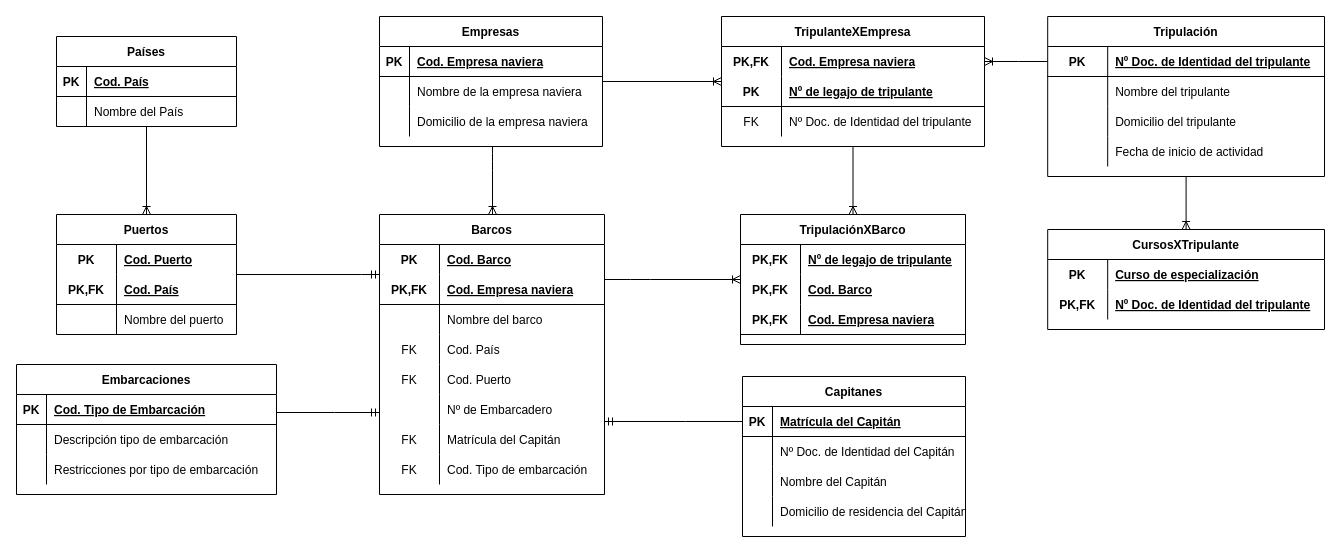
The draw.io diagram TPI_Barcos/DER_Puyelli.drawio in FedericoRocca/DyADDBB_1erCuatrimestre_2021, before the edit. Source tidied: cells renumbered, new cells numbered last; positions are measured from the earlier drawing's top-left corner, leaving out a move shared by most shapes. Both pictures are drawn from the tidied source at 100%, with x=0, y=0 at pixel (16, 16).
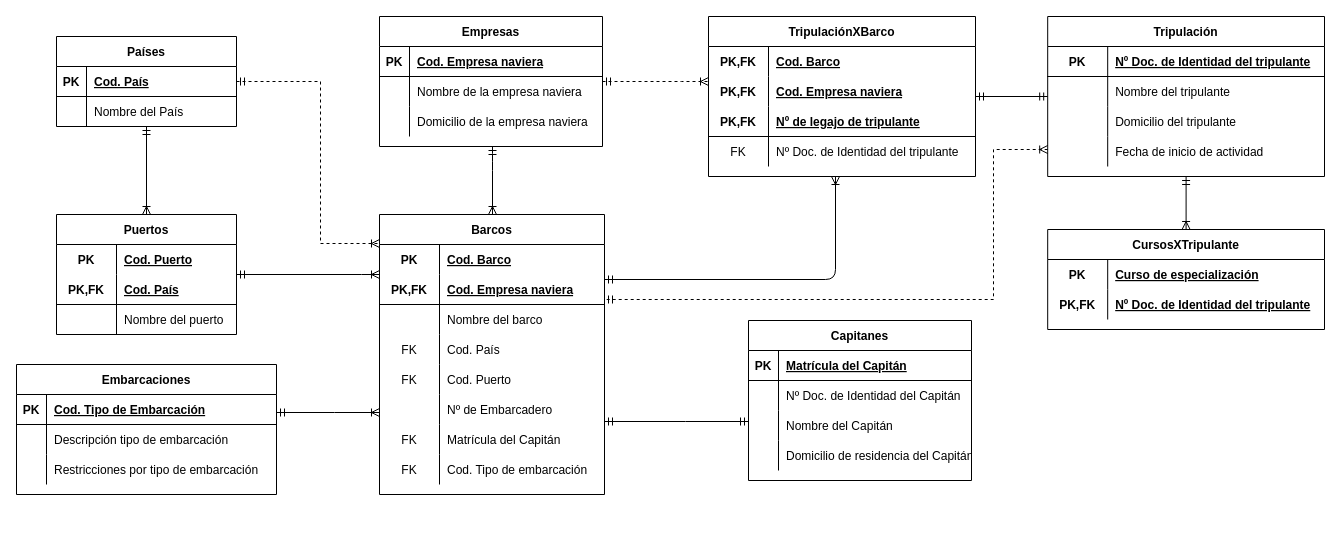
After the change.

Unchanged cells that the change refers to:
```xml
<mxCell id="2" value="Países" style="shape=table;startSize=30;childLayout=tableLayout;rowLines=0;fontStyle=1;align=center;" parent="1" vertex="1">
  <mxGeometry x="40" y="20" width="180" height="90" as="geometry" />
</mxCell>
<mxCell id="10" value="Puertos" style="shape=table;startSize=30;childLayout=tableLayout;rowLines=0;fontStyle=1;align=center;" parent="1" vertex="1">
  <mxGeometry x="40" y="198" width="180" height="120" as="geometry" />
</mxCell>
<mxCell id="21" value="Embarcaciones" style="shape=table;startSize=30;childLayout=tableLayout;rowLines=0;fontStyle=1;align=center;" parent="1" vertex="1">
  <mxGeometry y="348" width="260" height="130" as="geometry" />
</mxCell>
<mxCell id="31" value="Barcos" style="shape=table;startSize=30;childLayout=tableLayout;rowLines=0;fontStyle=1;align=center;" parent="1" vertex="1">
  <mxGeometry x="363" y="198" width="225" height="280" as="geometry" />
</mxCell>
<mxCell id="57" value="Empresas" style="shape=table;startSize=30;childLayout=tableLayout;rowLines=0;fontStyle=1;align=center;" parent="1" vertex="1">
  <mxGeometry x="363" width="223" height="130" as="geometry" />
</mxCell>
<mxCell id="77" value="CursosXTripulante" style="shape=table;startSize=30;childLayout=tableLayout;rowLines=0;fontStyle=1;align=center;" parent="1" vertex="1">
  <mxGeometry x="1031.2" y="213" width="276.8" height="100" as="geometry" />
</mxCell>
<mxCell id="86" value="Tripulación" style="shape=table;startSize=30;childLayout=tableLayout;rowLines=0;fontStyle=1;align=center;" parent="1" vertex="1">
  <mxGeometry x="1031.2" width="276.8" height="160" as="geometry" />
</mxCell>
```

What changed in the source:
```diff
@@
+    <mxCell id="127" style="edgeStyle=orthogonalEdgeStyle;rounded=0;jettySize=auto;html=1;startArrow=ERmandOne;startFill=0;endArrow=ERoneToMany;endFill=0;dashed=1;" parent="1" edge="1" source="2" target="31">
+      <mxGeometry relative="1" as="geometry">
+        <Array as="points">
+          <mxPoint x="304" y="65" />
+          <mxPoint x="304" y="227" />
+        </Array>
+      </mxGeometry>
+    </mxCell>
@@
-    <mxCell id="9" style="edgeStyle=orthogonalEdgeStyle;rounded=0;jettySize=auto;html=1;startArrow=none;startFill=0;endArrow=ERmandOne;endFill=0;" parent="1" edge="1" source="10" target="31">
+    <mxCell id="9" style="edgeStyle=orthogonalEdgeStyle;rounded=0;jettySize=auto;html=1;startArrow=ERmandOne;startFill=0;endArrow=ERoneToMany;endFill=0;" parent="1" edge="1" source="10" target="31">
       <mxGeometry relative="1" as="geometry">
         <Array as="points">
           <mxPoint x="345" y="258" />
           <mxPoint x="345" y="258" />
         </Array>
       </mxGeometry>
     </mxCell>
@@
-    <mxCell id="20" style="edgeStyle=orthogonalEdgeStyle;rounded=0;jettySize=auto;html=1;startArrow=none;startFill=0;endArrow=ERmandOne;endFill=0;" parent="1" edge="1" source="21" target="31">
+    <mxCell id="20" style="edgeStyle=orthogonalEdgeStyle;rounded=0;jettySize=auto;html=1;startArrow=ERmandOne;startFill=0;endArrow=ERoneToMany;endFill=0;" parent="1" edge="1" source="21" target="31">
       <mxGeometry relative="1" as="geometry">
         <Array as="points">
           <mxPoint x="318" y="396" />
           <mxPoint x="318" y="396" />
         </Array>
       </mxGeometry>
     </mxCell>
@@
-    <mxCell id="56" style="edgeStyle=orthogonalEdgeStyle;rounded=0;jettySize=auto;html=1;endArrow=ERoneToMany;endFill=0;" parent="1" edge="1" source="57" target="117">
-      <mxGeometry relative="1" as="geometry" />
+    <mxCell id="56" style="edgeStyle=orthogonalEdgeStyle;rounded=0;jettySize=auto;html=1;endArrow=ERoneToMany;endFill=0;startArrow=ERmandOne;startFill=0;dashed=1;" parent="1" edge="1" source="57" target="67">
+      <mxGeometry relative="1" as="geometry">
+        <Array as="points">
+          <mxPoint x="665" y="65" />
+          <mxPoint x="665" y="65" />
+        </Array>
+      </mxGeometry>
     </mxCell>
@@
-    <mxCell id="67" value="TripulaciónXBarco" style="shape=table;startSize=30;childLayout=tableLayout;rowLines=0;fontStyle=1;align=center;" parent="1" vertex="1">
-      <mxGeometry x="724" y="198" width="225" height="130" as="geometry" />
-    </mxCell>
-    <mxCell id="68" style="shape=partialRectangle;fillColor=none;top=0;left=0;bottom=0;right=0;" parent="67" vertex="1">
-      <mxGeometry y="30" width="225" height="30" as="geometry" />
-    </mxCell>
-    <mxCell id="69" value="PK,FK" style="shape=partialRectangle;fillColor=none;top=0;left=0;bottom=0;right=0;fontStyle=1;overflow=hidden;" parent="68" vertex="1">
-      <mxGeometry width="60" height="30" as="geometry" />
-    </mxCell>
-    <mxCell id="70" value="Nº de legajo de tripulante" style="shape=partialRectangle;fillColor=none;top=0;left=0;bottom=0;right=0;align=left;spacingLeft=6;fontStyle=5;overflow=hidden;" parent="68" vertex="1">
-      <mxGeometry x="60" width="165" height="30" as="geometry" />
-    </mxCell>
-    <mxCell id="71" style="shape=partialRectangle;fillColor=none;top=0;left=0;bottom=0;right=0;" parent="67" vertex="1">
-      <mxGeometry y="60" width="225" height="30" as="geometry" />
-    </mxCell>
-    <mxCell id="72" value="PK,FK" style="shape=partialRectangle;fillColor=none;top=0;left=0;bottom=0;right=0;fontStyle=1;overflow=hidden;" parent="71" vertex="1">
-      <mxGeometry width="60" height="30" as="geometry" />
-    </mxCell>
-    <mxCell id="73" value="Cod. Barco" style="shape=partialRectangle;fillColor=none;top=0;left=0;bottom=0;right=0;align=left;spacingLeft=6;fontStyle=5;overflow=hidden;" parent="71" vertex="1">
-      <mxGeometry x="60" width="165" height="30" as="geometry" />
-    </mxCell>
-    <mxCell id="74" style="shape=partialRectangle;fillColor=none;top=0;left=0;bottom=1;right=0;" parent="67" vertex="1">
-      <mxGeometry y="90" width="225" height="30" as="geometry" />
-    </mxCell>
-    <mxCell id="75" value="PK,FK" style="shape=partialRectangle;fillColor=none;top=0;left=0;bottom=0;right=0;fontStyle=1;overflow=hidden;" parent="74" vertex="1">
-      <mxGeometry width="60" height="30" as="geometry" />
-    </mxCell>
-    <mxCell id="76" value="Cod. Empresa naviera" style="shape=partialRectangle;fillColor=none;top=0;left=0;bottom=0;right=0;align=left;spacingLeft=6;fontStyle=5;overflow=hidden;" parent="74" vertex="1">
-      <mxGeometry x="60" width="165" height="30" as="geometry" />
-    </mxCell>
@@
-    <mxCell id="84" style="edgeStyle=orthogonalEdgeStyle;rounded=0;jettySize=auto;html=1;endArrow=ERoneToMany;endFill=0;" parent="1" edge="1" source="86" target="77">
+    <mxCell id="84" style="edgeStyle=orthogonalEdgeStyle;rounded=0;jettySize=auto;html=1;endArrow=ERoneToMany;endFill=0;startArrow=ERmandOne;startFill=0;" parent="1" edge="1" source="86" target="77">
       <mxGeometry relative="1" as="geometry" />
     </mxCell>
-    <mxCell id="85" style="edgeStyle=orthogonalEdgeStyle;rounded=0;jettySize=auto;html=1;endArrow=ERoneToMany;endFill=0;" parent="1" edge="1" source="86" target="117">
+    <mxCell id="85" style="edgeStyle=orthogonalEdgeStyle;rounded=0;jettySize=auto;html=1;endArrow=ERmandOne;endFill=0;startArrow=ERmandOne;startFill=0;" parent="1" edge="1" source="86" target="67">
       <mxGeometry relative="1" as="geometry">
         <Array as="points">
-          <mxPoint x="1002" y="45" />
-          <mxPoint x="1002" y="45" />
+          <mxPoint x="819" y="45" />
         </Array>
       </mxGeometry>
     </mxCell>
+    <mxCell id="128" style="edgeStyle=orthogonalEdgeStyle;rounded=0;jettySize=auto;html=1;dashed=1;startArrow=ERoneToMany;startFill=0;endArrow=ERmandOne;endFill=0;" parent="1" edge="1" source="86" target="31">
+      <mxGeometry relative="1" as="geometry">
+        <Array as="points">
+          <mxPoint x="977" y="133" />
+          <mxPoint x="977" y="283" />
+        </Array>
+      </mxGeometry>
+    </mxCell>
@@
-    <mxCell id="99" style="edgeStyle=orthogonalEdgeStyle;fontSize=12;html=1;endArrow=ERoneToMany;" parent="1" edge="1" source="31" target="67">
+    <mxCell id="99" style="edgeStyle=orthogonalEdgeStyle;fontSize=12;html=1;endArrow=ERoneToMany;startArrow=ERmandOne;startFill=0;" parent="1" edge="1" source="31" target="67">
       <mxGeometry relative="1" as="geometry">
         <Array as="points">
-          <mxPoint x="624" y="263" />
-          <mxPoint x="624" y="263" />
+          <mxPoint x="819" y="263" />
         </Array>
       </mxGeometry>
     </mxCell>
-    <mxCell id="100" style="edgeStyle=orthogonalEdgeStyle;fontSize=12;html=1;endArrow=ERoneToMany;" parent="1" edge="1" source="2" target="10">
+    <mxCell id="100" style="edgeStyle=orthogonalEdgeStyle;fontSize=12;html=1;endArrow=ERoneToMany;startArrow=ERmandOne;startFill=0;" parent="1" edge="1" source="2" target="10">
       <mxGeometry relative="1" as="geometry" />
     </mxCell>
-    <mxCell id="101" style="edgeStyle=orthogonalEdgeStyle;fontSize=12;html=1;endArrow=ERoneToMany;" parent="1" edge="1" source="57" target="31">
+    <mxCell id="101" style="edgeStyle=orthogonalEdgeStyle;fontSize=12;html=1;endArrow=ERoneToMany;startArrow=ERmandOne;startFill=0;" parent="1" edge="1" source="57" target="31">
       <mxGeometry relative="1" as="geometry">
         <Array as="points">
           <mxPoint x="476" y="144" />
           <mxPoint x="476" y="144" />
         </Array>
       </mxGeometry>
     </mxCell>
-    <mxCell id="102" style="edgeStyle=orthogonalEdgeStyle;rounded=0;jettySize=auto;html=1;endArrow=ERmandOne;endFill=0;startArrow=none;startFill=0;" parent="1" edge="1" source="103" target="31">
+    <mxCell id="102" style="edgeStyle=orthogonalEdgeStyle;rounded=0;jettySize=auto;html=1;endArrow=ERmandOne;endFill=0;startArrow=ERmandOne;startFill=0;" parent="1" edge="1" source="103" target="31">
       <mxGeometry relative="1" as="geometry">
         <Array as="points">
           <mxPoint x="669" y="405" />
           <mxPoint x="669" y="405" />
         </Array>
       </mxGeometry>
     </mxCell>
     <mxCell id="103" value="Capitanes" style="shape=table;startSize=30;childLayout=tableLayout;rowLines=0;fontStyle=1;align=center;" parent="1" vertex="1">
-      <mxGeometry x="726" y="360" width="223" height="160" as="geometry" />
+      <mxGeometry x="732" y="304" width="223" height="160" as="geometry" />
     </mxCell>
@@
-    <mxCell id="116" style="edgeStyle=orthogonalEdgeStyle;rounded=0;jettySize=auto;html=1;endArrow=ERoneToMany;endFill=0;" parent="1" edge="1" source="117" target="67">
-      <mxGeometry relative="1" as="geometry" />
-    </mxCell>
-    <mxCell id="117" value="TripulanteXEmpresa" style="shape=table;startSize=30;childLayout=tableLayout;rowLines=0;fontStyle=1;align=center;" parent="1" vertex="1">
-      <mxGeometry x="705" width="263" height="130" as="geometry" />
-    </mxCell>
-    <mxCell id="118" style="shape=partialRectangle;fillColor=none;top=0;left=0;bottom=0;right=0;" parent="117" vertex="1">
-      <mxGeometry y="30" width="263" height="30" as="geometry" />
-    </mxCell>
-    <mxCell id="119" value="PK,FK" style="shape=partialRectangle;fillColor=none;top=0;left=0;bottom=0;right=0;fontStyle=1;overflow=hidden;" parent="118" vertex="1">
-      <mxGeometry width="60" height="30" as="geometry" />
-    </mxCell>
-    <mxCell id="120" value="Cod. Empresa naviera" style="shape=partialRectangle;fillColor=none;top=0;left=0;bottom=0;right=0;align=left;spacingLeft=6;fontStyle=5;overflow=hidden;" parent="118" vertex="1">
-      <mxGeometry x="60" width="203" height="30" as="geometry" />
-    </mxCell>
-    <mxCell id="121" style="shape=partialRectangle;fillColor=none;top=0;left=0;bottom=1;right=0;" parent="117" vertex="1">
-      <mxGeometry y="60" width="263" height="30" as="geometry" />
-    </mxCell>
-    <mxCell id="122" value="PK" style="shape=partialRectangle;fillColor=none;top=0;left=0;bottom=0;right=0;fontStyle=1;overflow=hidden;" parent="121" vertex="1">
-      <mxGeometry width="60" height="30" as="geometry" />
-    </mxCell>
-    <mxCell id="123" value="Nº de legajo de tripulante" style="shape=partialRectangle;fillColor=none;top=0;left=0;bottom=0;right=0;align=left;spacingLeft=6;fontStyle=5;overflow=hidden;" parent="121" vertex="1">
-      <mxGeometry x="60" width="203" height="30" as="geometry" />
-    </mxCell>
-    <mxCell id="124" style="shape=partialRectangle;fillColor=none;top=0;left=0;bottom=0;right=0;" parent="117" vertex="1">
-      <mxGeometry y="90" width="263" height="30" as="geometry" />
-    </mxCell>
+    <mxCell id="67" value="TripulaciónXBarco" style="shape=table;startSize=30;childLayout=tableLayout;rowLines=0;fontStyle=1;align=center;" parent="1" vertex="1">
+      <mxGeometry x="692" width="267" height="160" as="geometry" />
+    </mxCell>
+    <mxCell id="129" style="shape=partialRectangle;fillColor=none;top=0;left=0;bottom=0;right=0;" parent="67" vertex="1">
+      <mxGeometry y="30" width="267" height="30" as="geometry" />
+    </mxCell>
+    <mxCell id="130" value="PK,FK" style="shape=partialRectangle;fillColor=none;top=0;left=0;bottom=0;right=0;fontStyle=1;overflow=hidden;" parent="129" vertex="1">
+      <mxGeometry width="60" height="30" as="geometry" />
+    </mxCell>
+    <mxCell id="73" value="Cod. Barco" style="shape=partialRectangle;fillColor=none;top=0;left=0;bottom=0;right=0;align=left;spacingLeft=6;fontStyle=5;overflow=hidden;" parent="129" vertex="1">
+      <mxGeometry x="60" width="207" height="30" as="geometry" />
+    </mxCell>
+    <mxCell id="131" style="shape=partialRectangle;fillColor=none;top=0;left=0;bottom=0;right=0;" parent="67" vertex="1">
+      <mxGeometry y="60" width="267" height="30" as="geometry" />
+    </mxCell>
+    <mxCell id="132" value="PK,FK" style="shape=partialRectangle;fillColor=none;top=0;left=0;bottom=0;right=0;fontStyle=1;overflow=hidden;" parent="131" vertex="1">
+      <mxGeometry width="60" height="30" as="geometry" />
+    </mxCell>
+    <mxCell id="133" value="Cod. Empresa naviera" style="shape=partialRectangle;fillColor=none;top=0;left=0;bottom=0;right=0;align=left;spacingLeft=6;fontStyle=5;overflow=hidden;" parent="131" vertex="1">
+      <mxGeometry x="60" width="207" height="30" as="geometry" />
+    </mxCell>
+    <mxCell id="134" style="shape=partialRectangle;fillColor=none;top=0;left=0;bottom=1;right=0;" parent="67" vertex="1">
+      <mxGeometry y="90" width="267" height="30" as="geometry" />
+    </mxCell>
+    <mxCell id="135" value="PK,FK" style="shape=partialRectangle;fillColor=none;top=0;left=0;bottom=0;right=0;fontStyle=1;overflow=hidden;" parent="134" vertex="1">
+      <mxGeometry width="60" height="30" as="geometry" />
+    </mxCell>
+    <mxCell id="136" value="Nº de legajo de tripulante" style="shape=partialRectangle;fillColor=none;top=0;left=0;bottom=0;right=0;align=left;spacingLeft=6;fontStyle=5;overflow=hidden;" parent="134" vertex="1">
+      <mxGeometry x="60" width="207" height="30" as="geometry" />
+    </mxCell>
+    <mxCell id="137" style="shape=partialRectangle;fillColor=none;top=0;left=0;bottom=0;right=0;" parent="67" vertex="1">
+      <mxGeometry y="120" width="267" height="30" as="geometry" />
+    </mxCell>
-    <mxCell id="125" value="FK" style="shape=partialRectangle;fillColor=none;top=0;left=0;bottom=0;right=0;overflow=hidden;" parent="124" vertex="1">
+    <mxCell id="125" value="FK" style="shape=partialRectangle;fillColor=none;top=0;left=0;bottom=0;right=0;overflow=hidden;" parent="137" vertex="1">
       <mxGeometry width="60" height="30" as="geometry" />
     </mxCell>
-    <mxCell id="126" value="Nº Doc. de Identidad del tripulante" style="shape=partialRectangle;fillColor=none;top=0;left=0;bottom=0;right=0;align=left;spacingLeft=6;overflow=hidden;" parent="124" vertex="1">
-      <mxGeometry x="60" width="203" height="30" as="geometry" />
+    <mxCell id="126" value="Nº Doc. de Identidad del tripulante" style="shape=partialRectangle;fillColor=none;top=0;left=0;bottom=0;right=0;align=left;spacingLeft=6;overflow=hidden;" parent="137" vertex="1">
+      <mxGeometry x="60" width="207" height="30" as="geometry" />
     </mxCell>
```
